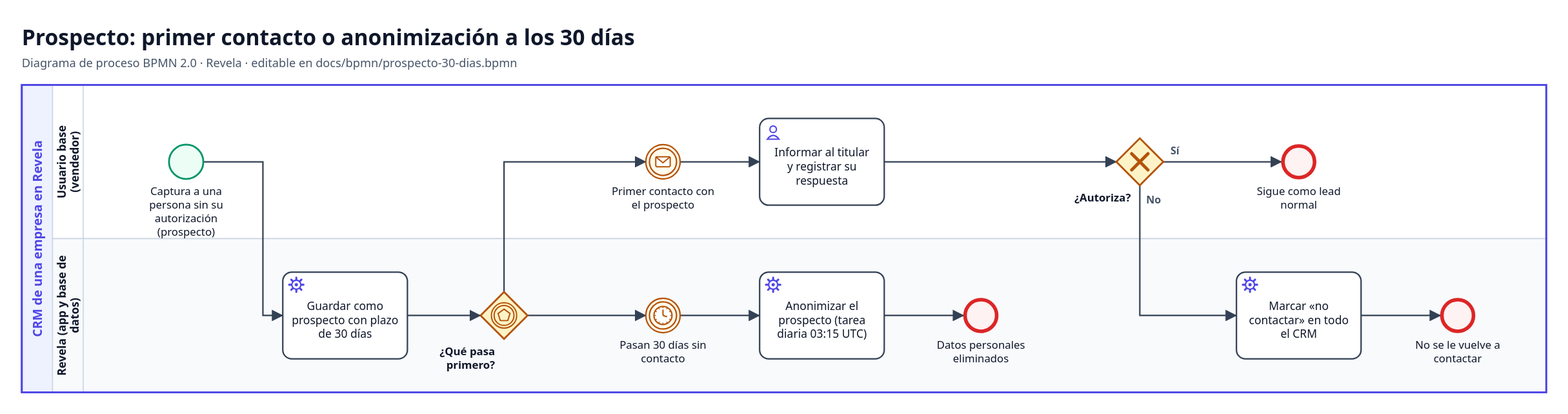
This is docs/bpmn/prospecto-30-dias.svg from YairCosta/CAPSTONE_003D, a BPMN export, as it was before one commit. Its source is kept beside it as docs/bpmn/prospecto-30-dias.bpmn. Ids are renumbered.
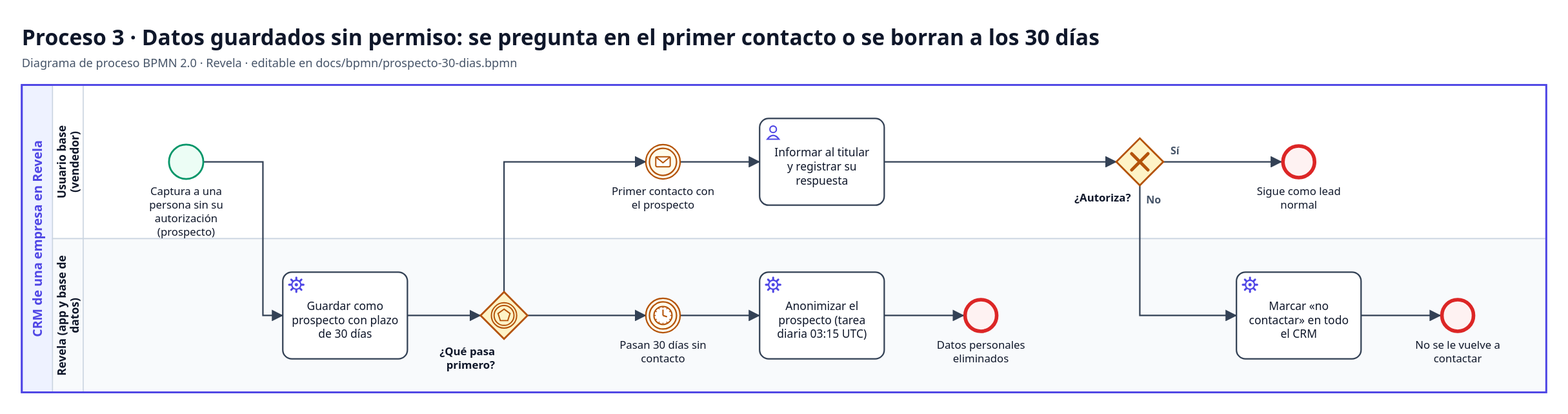
Above is the later version.

Diff of the diagram source:
```diff
@@ -1,9 +1,9 @@
 <bpmn:definitions xmlns:bpmn="http://www.omg.org/spec/BPMN/20100524/MODEL" xmlns:bpmndi="http://www.omg.org/spec/BPMN/20100524/DI" xmlns:dc="http://www.omg.org/spec/DD/20100524/DC" xmlns:di="http://www.omg.org/spec/DD/20100524/DI" xmlns:xsi="http://www.w3.org/2001/XMLSchema-instance" id="Definiciones_prospecto-30-dias" targetNamespace="https://revela.cl/bpmn" exporter="Revela (scripts/generar-bpmn.mjs)" exporterVersion="1.0">
   <bpmn:collaboration id="Colaboracion_prospecto-30-dias">
-    <bpmn:documentation>Prospecto: primer contacto o anonimización a los 30 días</bpmn:documentation>
+    <bpmn:documentation>Proceso 3 · Datos guardados sin permiso: se pregunta en el primer contacto o se borran a los 30 días</bpmn:documentation>
     <bpmn:participant id="Participante_prospecto-30-dias" name="CRM de una empresa en Revela" processRef="Proceso_prospecto-30-dias" />
   </bpmn:collaboration>
-  <bpmn:process id="Proceso_prospecto-30-dias" name="Prospecto: primer contacto o anonimización a los 30 días" isExecutable="false">
+  <bpmn:process id="Proceso_prospecto-30-dias" name="Proceso 3 · Datos guardados sin permiso: se pregunta en el primer contacto o se borran a los 30 días" isExecutable="false">
     <bpmn:laneSet id="Carriles_prospecto-30-dias">
       <bpmn:lane id="Carril_vendedor" name="Usuario base (vendedor)">
         <bpmn:flowNodeRef>Nodo_captura</bpmn:flowNodeRef>
```
